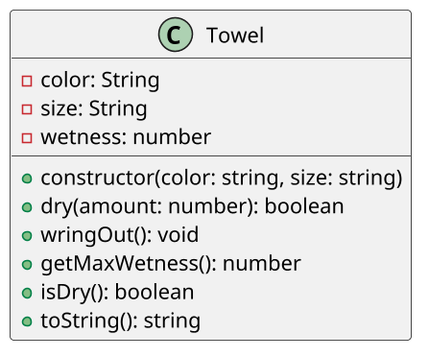
Above: labs/toalha/assets/diagrama.png in qxcodepoo/arcade (PlantUML), before the change. The source it was exported from:
```plantuml
@startuml

skinparam defaultFontName "Source Code Pro"
skinparam dpi 150

class Towel {
    - color: String
    - size: String
    - wetness: number
    __
    + constructor(color: string, size: string)
    + dry(amount: number): boolean
    + wringOut(): void
    + getMaxWetness(): number
    + isDry(): boolean
    + toString(): string
}
@enduml
```
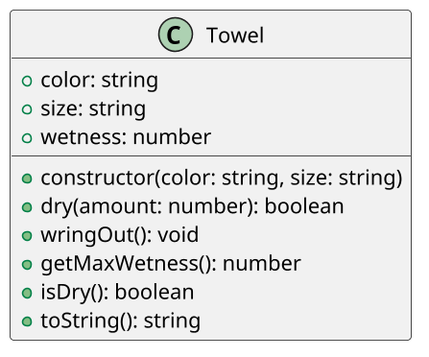
Later version of the same file.

Diff of the diagram source:
```diff
@@ -4,9 +4,9 @@
 skinparam dpi 150
 
 class Towel {
-    - color: String
-    - size: String
-    - wetness: number
+    + color: string
+    + size: string
+    + wetness: number
     __
     + constructor(color: string, size: string)
     + dry(amount: number): boolean
```
